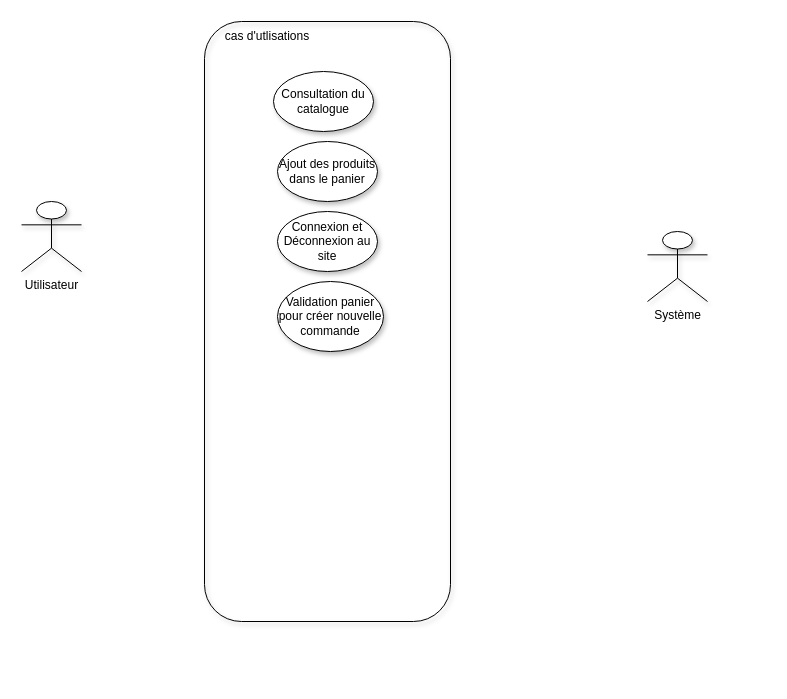
The draw.io diagram UML/diagramme/casUtilisation.drawio in DioufFLR/TheGoldenGun, before the edit. Source tidied: cells renumbered, new cells numbered last; positions are measured from the earlier drawing's top-left corner, leaving out a move shared by most shapes. Both pictures are drawn from the tidied source at 100%, with x=0, y=0 at pixel (21, 21).
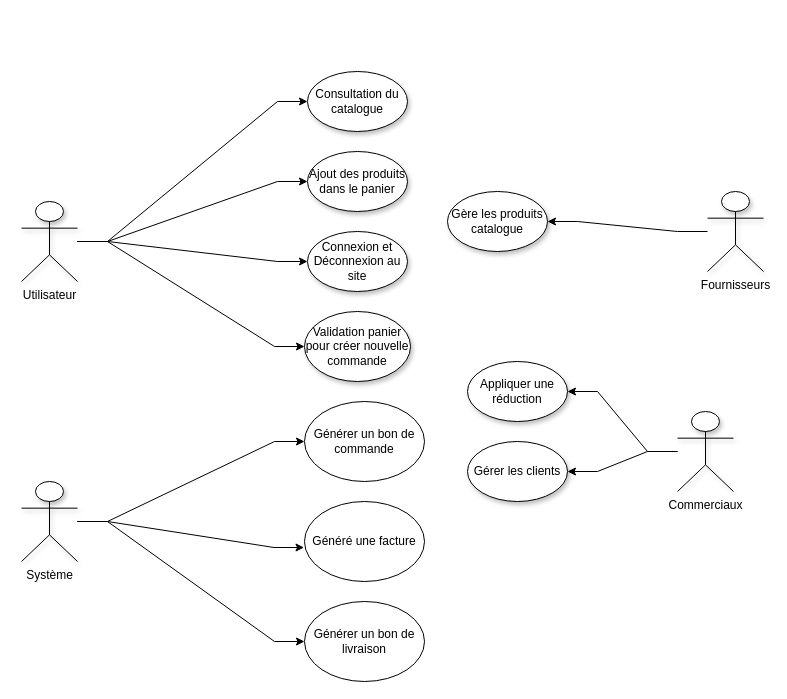
After the change.

Commit message:
:hammer: diagramme de cas d'utlisation

The edit, as a diff of the source:
```diff
@@
+    <mxCell id="11" style="edgeStyle=entityRelationEdgeStyle;rounded=0;jettySize=auto;html=1;entryX=0;entryY=0.5;entryDx=0;entryDy=0;" parent="1" edge="1" source="2" target="3">
+      <mxGeometry relative="1" as="geometry" />
+    </mxCell>
+    <mxCell id="12" style="edgeStyle=entityRelationEdgeStyle;rounded=0;jettySize=auto;html=1;entryX=0;entryY=0.5;entryDx=0;entryDy=0;" parent="1" edge="1" source="2" target="7">
+      <mxGeometry relative="1" as="geometry" />
+    </mxCell>
+    <mxCell id="13" style="edgeStyle=entityRelationEdgeStyle;rounded=0;jettySize=auto;html=1;entryX=0;entryY=0.5;entryDx=0;entryDy=0;" parent="1" edge="1" source="2" target="8">
+      <mxGeometry relative="1" as="geometry" />
+    </mxCell>
+    <mxCell id="14" style="edgeStyle=entityRelationEdgeStyle;rounded=0;jettySize=auto;html=1;" parent="1" edge="1" source="2" target="4">
+      <mxGeometry relative="1" as="geometry" />
+    </mxCell>
     <mxCell id="2" value="Utilisateur&lt;br&gt;&lt;br&gt;" style="shape=umlActor;verticalLabelPosition=bottom;verticalAlign=top;html=1;outlineConnect=0;shadow=1;sketch=0;" parent="1" vertex="1">
-      <mxGeometry y="180" width="60" height="70" as="geometry" />
+      <mxGeometry y="180" width="56" height="80" as="geometry" />
     </mxCell>
     <mxCell id="3" value="Consultation du catalogue" style="ellipse;whiteSpace=wrap;html=1;sketch=0;shadow=1;" parent="1" vertex="1">
-      <mxGeometry x="252" y="50" width="100" height="60" as="geometry" />
+      <mxGeometry x="286" y="50" width="100" height="60" as="geometry" />
     </mxCell>
     <mxCell id="4" value="Validation panier pour créer nouvelle commande" style="ellipse;whiteSpace=wrap;html=1;shadow=1;sketch=0;" parent="1" vertex="1">
-      <mxGeometry x="256" y="260" width="106" height="70" as="geometry" />
+      <mxGeometry x="283" y="290" width="106" height="70" as="geometry" />
     </mxCell>
@@
-    <mxCell id="6" value="Système" style="shape=umlActor;verticalLabelPosition=bottom;verticalAlign=top;html=1;outlineConnect=0;shadow=1;sketch=0;" parent="1" vertex="1">
-      <mxGeometry x="626" y="210" width="60" height="70" as="geometry" />
-    </mxCell>
     <mxCell id="7" value="Ajout des produits dans le panier" style="ellipse;whiteSpace=wrap;html=1;shadow=1;sketch=0;" parent="1" vertex="1">
-      <mxGeometry x="256" y="120" width="100" height="60" as="geometry" />
+      <mxGeometry x="286" y="130" width="100" height="60" as="geometry" />
     </mxCell>
     <mxCell id="8" value="Connexion et Déconnexion au site" style="ellipse;whiteSpace=wrap;html=1;shadow=1;sketch=0;" parent="1" vertex="1">
-      <mxGeometry x="256" y="190" width="100" height="60" as="geometry" />
+      <mxGeometry x="286" y="210" width="100" height="60" as="geometry" />
     </mxCell>
-    <mxCell id="9" style="rounded=1;whiteSpace=wrap;html=1;shadow=1;sketch=0;fillColor=none;gradientColor=default;" parent="1" vertex="1">
-      <mxGeometry x="183" width="246" height="600" as="geometry" />
-    </mxCell>
-    <mxCell id="10" value="cas d'utlisations" style="text;html=1;strokeColor=none;fillColor=none;align=center;verticalAlign=middle;whiteSpace=wrap;rounded=0;shadow=1;sketch=0;" parent="1" vertex="1">
-      <mxGeometry x="196" width="100" height="30" as="geometry" />
-    </mxCell>
+    <mxCell id="15" value="Générer un bon de commande" style="ellipse;whiteSpace=wrap;html=1;" parent="1" vertex="1">
+      <mxGeometry x="283" y="380" width="120" height="80" as="geometry" />
+    </mxCell>
+    <mxCell id="16" value="Généré une facture" style="ellipse;whiteSpace=wrap;html=1;" parent="1" vertex="1">
+      <mxGeometry x="283" y="480" width="120" height="80" as="geometry" />
+    </mxCell>
+    <mxCell id="17" value="Générer un bon de livraison" style="ellipse;whiteSpace=wrap;html=1;" parent="1" vertex="1">
+      <mxGeometry x="283" y="580" width="120" height="80" as="geometry" />
+    </mxCell>
+    <mxCell id="18" style="edgeStyle=entityRelationEdgeStyle;rounded=0;jettySize=auto;html=1;entryX=0;entryY=0.5;entryDx=0;entryDy=0;" parent="1" edge="1" source="6" target="15">
+      <mxGeometry relative="1" as="geometry" />
+    </mxCell>
+    <mxCell id="19" style="edgeStyle=entityRelationEdgeStyle;rounded=0;jettySize=auto;html=1;entryX=-0.004;entryY=0.575;entryDx=0;entryDy=0;entryPerimeter=0;" parent="1" edge="1" source="6" target="16">
+      <mxGeometry relative="1" as="geometry" />
+    </mxCell>
+    <mxCell id="20" style="edgeStyle=entityRelationEdgeStyle;rounded=0;jettySize=auto;html=1;entryX=0;entryY=0.5;entryDx=0;entryDy=0;" parent="1" edge="1" source="6" target="17">
+      <mxGeometry relative="1" as="geometry" />
+    </mxCell>
+    <mxCell id="6" value="Système" style="shape=umlActor;verticalLabelPosition=bottom;verticalAlign=top;html=1;outlineConnect=0;shadow=1;sketch=0;" parent="1" vertex="1">
+      <mxGeometry y="460" width="56" height="80" as="geometry" />
+    </mxCell>
+    <mxCell id="21" style="edgeStyle=entityRelationEdgeStyle;rounded=0;jettySize=auto;html=1;entryX=1;entryY=0.5;entryDx=0;entryDy=0;" parent="1" edge="1" source="22" target="23">
+      <mxGeometry relative="1" as="geometry" />
+    </mxCell>
+    <mxCell id="22" value="Fournisseurs" style="shape=umlActor;verticalLabelPosition=bottom;verticalAlign=top;html=1;outlineConnect=0;shadow=1;sketch=0;" parent="1" vertex="1">
+      <mxGeometry x="686" y="170" width="56" height="80" as="geometry" />
+    </mxCell>
+    <mxCell id="23" value="Gère les produits catalogue" style="ellipse;whiteSpace=wrap;html=1;shadow=1;sketch=0;" parent="1" vertex="1">
+      <mxGeometry x="426" y="170" width="100" height="60" as="geometry" />
+    </mxCell>
+    <mxCell id="24" style="edgeStyle=entityRelationEdgeStyle;rounded=0;jettySize=auto;html=1;entryX=1;entryY=0.5;entryDx=0;entryDy=0;" parent="1" edge="1" source="26" target="28">
+      <mxGeometry relative="1" as="geometry" />
+    </mxCell>
+    <mxCell id="25" style="edgeStyle=entityRelationEdgeStyle;rounded=0;jettySize=auto;html=1;entryX=1;entryY=0.5;entryDx=0;entryDy=0;" parent="1" edge="1" source="26" target="27">
+      <mxGeometry relative="1" as="geometry" />
+    </mxCell>
+    <mxCell id="26" value="Commerciaux" style="shape=umlActor;verticalLabelPosition=bottom;verticalAlign=top;html=1;outlineConnect=0;shadow=1;sketch=0;" parent="1" vertex="1">
+      <mxGeometry x="656" y="390" width="56" height="80" as="geometry" />
+    </mxCell>
+    <mxCell id="27" value="Appliquer une réduction" style="ellipse;whiteSpace=wrap;html=1;shadow=1;sketch=0;" parent="1" vertex="1">
+      <mxGeometry x="446" y="340" width="100" height="60" as="geometry" />
+    </mxCell>
+    <mxCell id="28" value="Gérer les clients" style="ellipse;whiteSpace=wrap;html=1;shadow=1;sketch=0;" parent="1" vertex="1">
+      <mxGeometry x="446" y="420" width="100" height="60" as="geometry" />
+    </mxCell>
```
